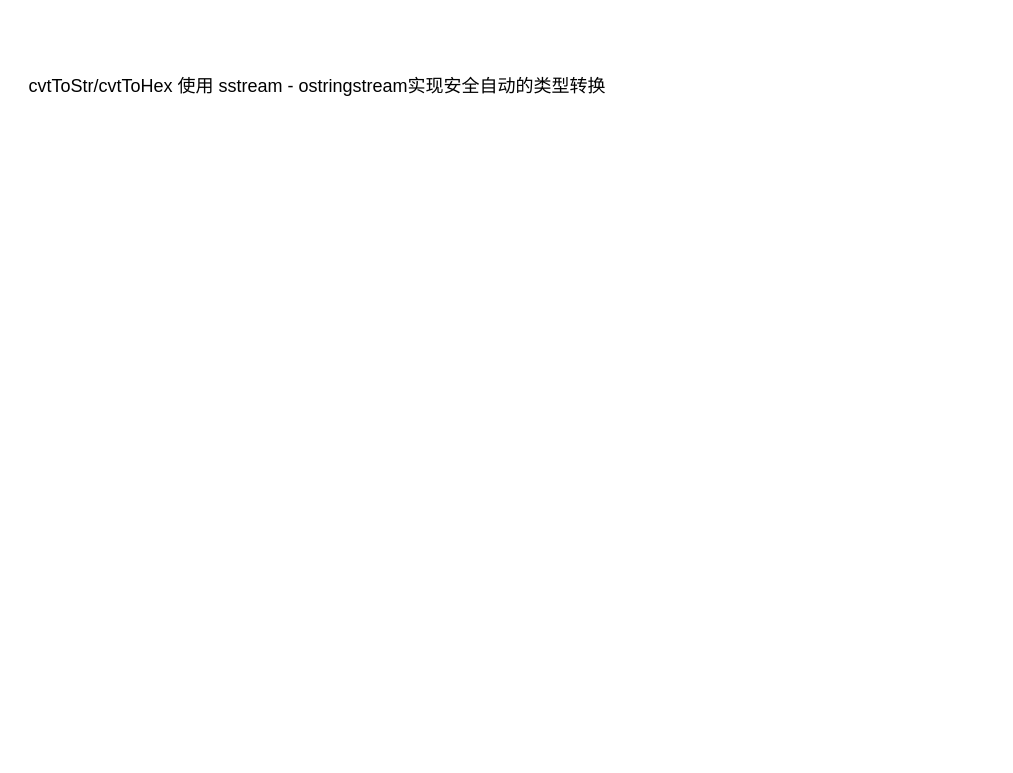
The draw.io diagram verilator_digrams/V3String.drawio in Dercury/CLDK, before the edit. Source tidied: cells renumbered, new cells numbered last; positions are measured from the earlier drawing's top-left corner, leaving out a move shared by most shapes. Both pictures are drawn from the tidied source at 150%, with x=0, y=0 at pixel (26, 26).
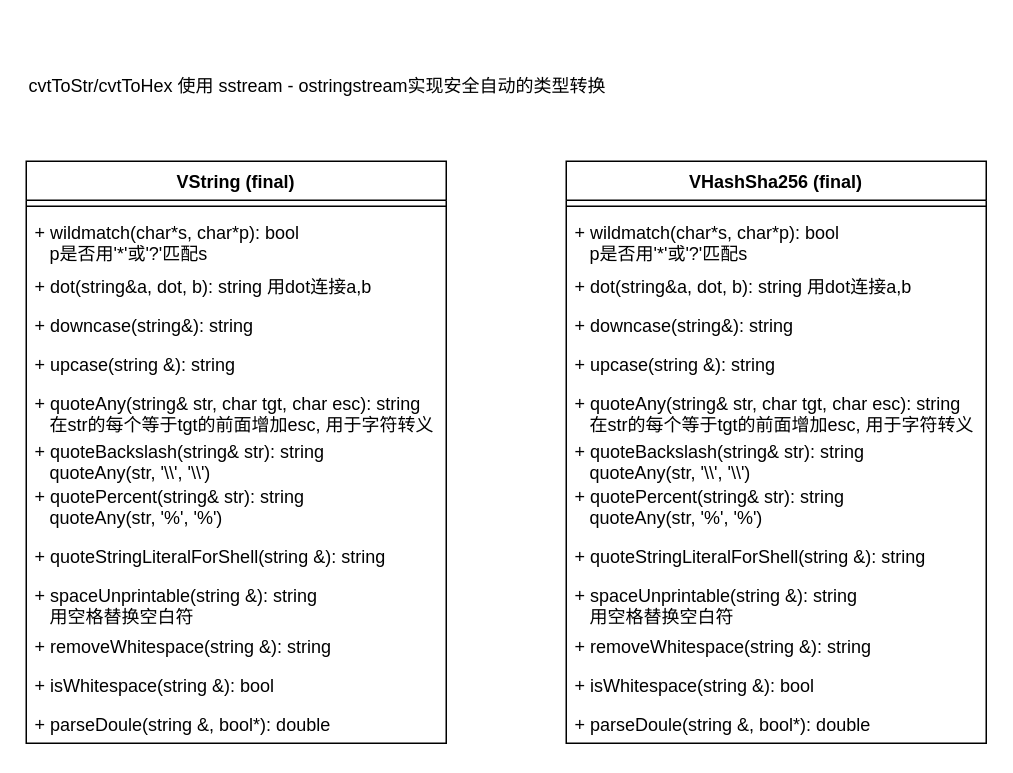
After the change.

The edit, as a diff of the source:
```diff
@@
+    <mxCell id="3" value="VString (final)" style="swimlane;fontStyle=1;align=center;verticalAlign=top;horizontal=1;startSize=26;" parent="1" vertex="1">
+      <mxGeometry y="90" width="280" height="388" as="geometry" />
+    </mxCell>
+    <mxCell id="4" style="line;strokeWidth=1;fillColor=none;align=left;verticalAlign=middle;spacingTop=-1;spacingLeft=3;spacingRight=3;labelPosition=right;" parent="3" vertex="1">
+      <mxGeometry y="26" width="280" height="8" as="geometry" />
+    </mxCell>
+    <mxCell id="5" value="+ wildmatch(char*s, char*p): bool&#10;   p是否用'*'或'?'匹配s" style="text;strokeColor=none;fillColor=none;align=left;verticalAlign=top;spacingLeft=4;spacingRight=4;overflow=hidden;" parent="3" vertex="1">
+      <mxGeometry y="34" width="280" height="36" as="geometry" />
+    </mxCell>
+    <mxCell id="6" value="+ dot(string&amp;a, dot, b): string 用dot连接a,b" style="text;strokeColor=none;fillColor=none;align=left;verticalAlign=top;spacingLeft=4;spacingRight=4;overflow=hidden;" parent="3" vertex="1">
+      <mxGeometry y="70" width="280" height="26" as="geometry" />
+    </mxCell>
+    <mxCell id="7" value="+ downcase(string&amp;): string" style="text;strokeColor=none;fillColor=none;align=left;verticalAlign=top;spacingLeft=4;spacingRight=4;overflow=hidden;" parent="3" vertex="1">
+      <mxGeometry y="96" width="280" height="26" as="geometry" />
+    </mxCell>
+    <mxCell id="8" value="+ upcase(string &amp;): string" style="text;strokeColor=none;fillColor=none;align=left;verticalAlign=top;spacingLeft=4;spacingRight=4;overflow=hidden;" parent="3" vertex="1">
+      <mxGeometry y="122" width="280" height="26" as="geometry" />
+    </mxCell>
+    <mxCell id="9" value="+ quoteAny(string&amp; str, char tgt, char esc): string&#10;   在str的每个等于tgt的前面增加esc, 用于字符转义" style="text;strokeColor=none;fillColor=none;align=left;verticalAlign=top;spacingLeft=4;spacingRight=4;overflow=hidden;" parent="3" vertex="1">
+      <mxGeometry y="148" width="280" height="32" as="geometry" />
+    </mxCell>
+    <mxCell id="10" value="+ quoteBackslash(string&amp; str): string&#10;   quoteAny(str, '\\', '\\')" style="text;strokeColor=none;fillColor=none;align=left;verticalAlign=top;spacingLeft=4;spacingRight=4;overflow=hidden;" parent="3" vertex="1">
+      <mxGeometry y="180" width="280" height="30" as="geometry" />
+    </mxCell>
+    <mxCell id="11" value="+ quotePercent(string&amp; str): string&#10;   quoteAny(str, '%', '%')" style="text;strokeColor=none;fillColor=none;align=left;verticalAlign=top;spacingLeft=4;spacingRight=4;overflow=hidden;fontStyle=0;" parent="3" vertex="1">
+      <mxGeometry y="210" width="280" height="40" as="geometry" />
+    </mxCell>
+    <mxCell id="12" value="+ quoteStringLiteralForShell(string &amp;): string" style="text;strokeColor=none;fillColor=none;align=left;verticalAlign=top;spacingLeft=4;spacingRight=4;overflow=hidden;" parent="3" vertex="1">
+      <mxGeometry y="250" width="280" height="26" as="geometry" />
+    </mxCell>
+    <mxCell id="13" value="+ spaceUnprintable(string &amp;): string&#10;   用空格替换空白符" style="text;strokeColor=none;fillColor=none;align=left;verticalAlign=top;spacingLeft=4;spacingRight=4;overflow=hidden;" parent="3" vertex="1">
+      <mxGeometry y="276" width="280" height="34" as="geometry" />
+    </mxCell>
+    <mxCell id="14" value="+ removeWhitespace(string &amp;): string" style="text;strokeColor=none;fillColor=none;align=left;verticalAlign=top;spacingLeft=4;spacingRight=4;overflow=hidden;" parent="3" vertex="1">
+      <mxGeometry y="310" width="280" height="26" as="geometry" />
+    </mxCell>
+    <mxCell id="15" value="+ isWhitespace(string &amp;): bool" style="text;strokeColor=none;fillColor=none;align=left;verticalAlign=top;spacingLeft=4;spacingRight=4;overflow=hidden;" parent="3" vertex="1">
+      <mxGeometry y="336" width="280" height="26" as="geometry" />
+    </mxCell>
+    <mxCell id="16" value="+ parseDoule(string &amp;, bool*): double" style="text;strokeColor=none;fillColor=none;align=left;verticalAlign=top;spacingLeft=4;spacingRight=4;overflow=hidden;" parent="3" vertex="1">
+      <mxGeometry y="362" width="280" height="26" as="geometry" />
+    </mxCell>
+    <mxCell id="17" value="VHashSha256 (final)" style="swimlane;fontStyle=1;align=center;verticalAlign=top;horizontal=1;startSize=26;" parent="1" vertex="1">
+      <mxGeometry x="360" y="90" width="280" height="388" as="geometry" />
+    </mxCell>
+    <mxCell id="18" style="line;strokeWidth=1;fillColor=none;align=left;verticalAlign=middle;spacingTop=-1;spacingLeft=3;spacingRight=3;labelPosition=right;" parent="17" vertex="1">
+      <mxGeometry y="26" width="280" height="8" as="geometry" />
+    </mxCell>
+    <mxCell id="19" value="+ wildmatch(char*s, char*p): bool&#10;   p是否用'*'或'?'匹配s" style="text;strokeColor=none;fillColor=none;align=left;verticalAlign=top;spacingLeft=4;spacingRight=4;overflow=hidden;" parent="17" vertex="1">
+      <mxGeometry y="34" width="280" height="36" as="geometry" />
+    </mxCell>
+    <mxCell id="20" value="+ dot(string&amp;a, dot, b): string 用dot连接a,b" style="text;strokeColor=none;fillColor=none;align=left;verticalAlign=top;spacingLeft=4;spacingRight=4;overflow=hidden;" parent="17" vertex="1">
+      <mxGeometry y="70" width="280" height="26" as="geometry" />
+    </mxCell>
+    <mxCell id="21" value="+ downcase(string&amp;): string" style="text;strokeColor=none;fillColor=none;align=left;verticalAlign=top;spacingLeft=4;spacingRight=4;overflow=hidden;" parent="17" vertex="1">
+      <mxGeometry y="96" width="280" height="26" as="geometry" />
+    </mxCell>
+    <mxCell id="22" value="+ upcase(string &amp;): string" style="text;strokeColor=none;fillColor=none;align=left;verticalAlign=top;spacingLeft=4;spacingRight=4;overflow=hidden;" parent="17" vertex="1">
+      <mxGeometry y="122" width="280" height="26" as="geometry" />
+    </mxCell>
+    <mxCell id="23" value="+ quoteAny(string&amp; str, char tgt, char esc): string&#10;   在str的每个等于tgt的前面增加esc, 用于字符转义" style="text;strokeColor=none;fillColor=none;align=left;verticalAlign=top;spacingLeft=4;spacingRight=4;overflow=hidden;" parent="17" vertex="1">
+      <mxGeometry y="148" width="280" height="32" as="geometry" />
+    </mxCell>
+    <mxCell id="24" value="+ quoteBackslash(string&amp; str): string&#10;   quoteAny(str, '\\', '\\')" style="text;strokeColor=none;fillColor=none;align=left;verticalAlign=top;spacingLeft=4;spacingRight=4;overflow=hidden;" parent="17" vertex="1">
+      <mxGeometry y="180" width="280" height="30" as="geometry" />
+    </mxCell>
+    <mxCell id="25" value="+ quotePercent(string&amp; str): string&#10;   quoteAny(str, '%', '%')" style="text;strokeColor=none;fillColor=none;align=left;verticalAlign=top;spacingLeft=4;spacingRight=4;overflow=hidden;fontStyle=0;" parent="17" vertex="1">
+      <mxGeometry y="210" width="280" height="40" as="geometry" />
+    </mxCell>
+    <mxCell id="26" value="+ quoteStringLiteralForShell(string &amp;): string" style="text;strokeColor=none;fillColor=none;align=left;verticalAlign=top;spacingLeft=4;spacingRight=4;overflow=hidden;" parent="17" vertex="1">
+      <mxGeometry y="250" width="280" height="26" as="geometry" />
+    </mxCell>
+    <mxCell id="27" value="+ spaceUnprintable(string &amp;): string&#10;   用空格替换空白符" style="text;strokeColor=none;fillColor=none;align=left;verticalAlign=top;spacingLeft=4;spacingRight=4;overflow=hidden;" parent="17" vertex="1">
+      <mxGeometry y="276" width="280" height="34" as="geometry" />
+    </mxCell>
+    <mxCell id="28" value="+ removeWhitespace(string &amp;): string" style="text;strokeColor=none;fillColor=none;align=left;verticalAlign=top;spacingLeft=4;spacingRight=4;overflow=hidden;" parent="17" vertex="1">
+      <mxGeometry y="310" width="280" height="26" as="geometry" />
+    </mxCell>
+    <mxCell id="29" value="+ isWhitespace(string &amp;): bool" style="text;strokeColor=none;fillColor=none;align=left;verticalAlign=top;spacingLeft=4;spacingRight=4;overflow=hidden;" parent="17" vertex="1">
+      <mxGeometry y="336" width="280" height="26" as="geometry" />
+    </mxCell>
+    <mxCell id="30" value="+ parseDoule(string &amp;, bool*): double" style="text;strokeColor=none;fillColor=none;align=left;verticalAlign=top;spacingLeft=4;spacingRight=4;overflow=hidden;" parent="17" vertex="1">
+      <mxGeometry y="362" width="280" height="26" as="geometry" />
+    </mxCell>
```
